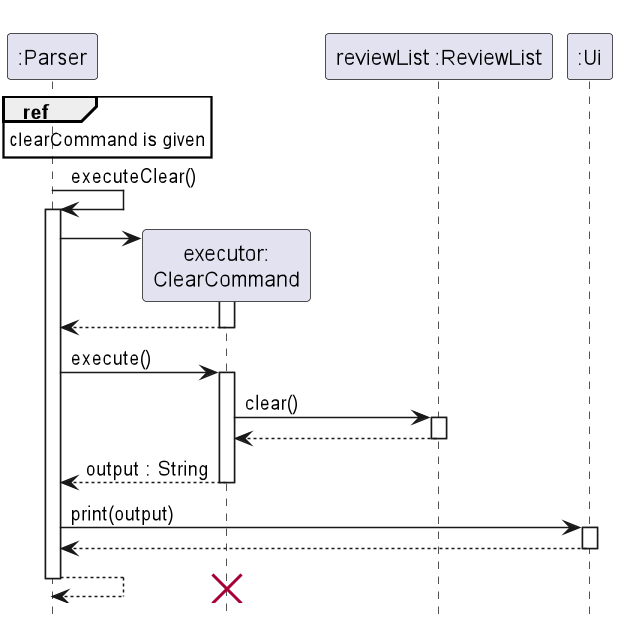
Before: docs/imgs/clearSequence.png, a diagram exported from PlantUML (nus-cs2113-AY2223S1/tp). Its source is kept beside it as docs/UML Diagrams/clearSequence.puml.
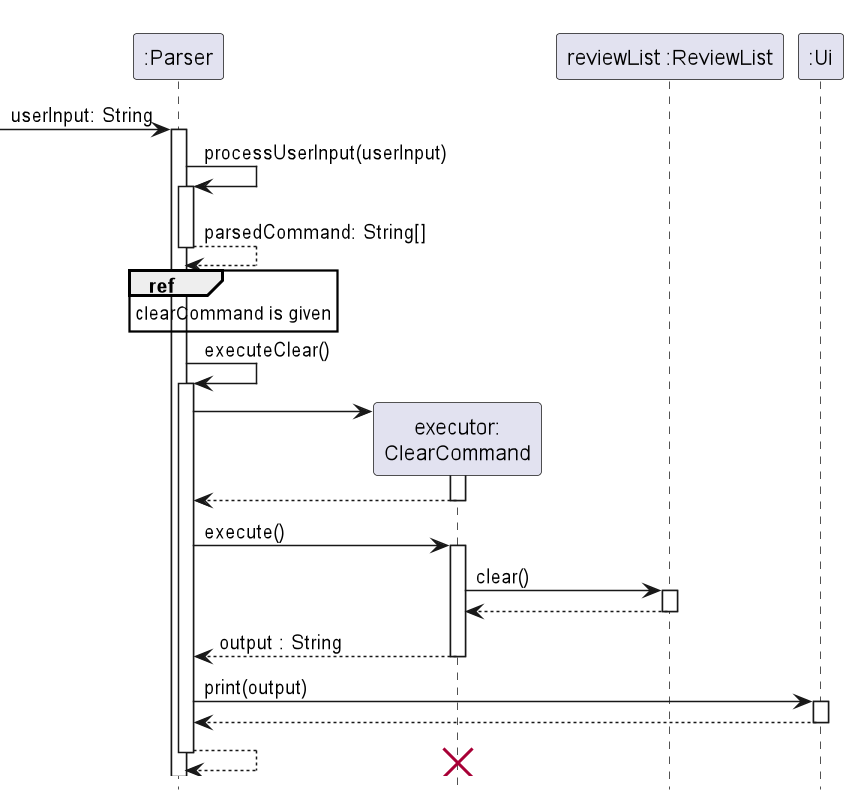
After the commit.

Commit message:
updated sequence diagrams for all commands other than add, to include overall parser activation bar

Change to the diagram source:
```diff
@@ -4,6 +4,12 @@
 hide footbox
 
 participant ":Parser"
+
+-> ":Parser" : userInput: String
+activate ":Parser"
+":Parser" -> ":Parser": processUserInput(userInput)
+activate ":Parser"
+return parsedCommand: String[]
 
 ref over ":Parser"
 clearCommand is given
@@ -43,4 +49,6 @@
 deactivate ":Parser"
 
 
+
+
 @enduml
```
